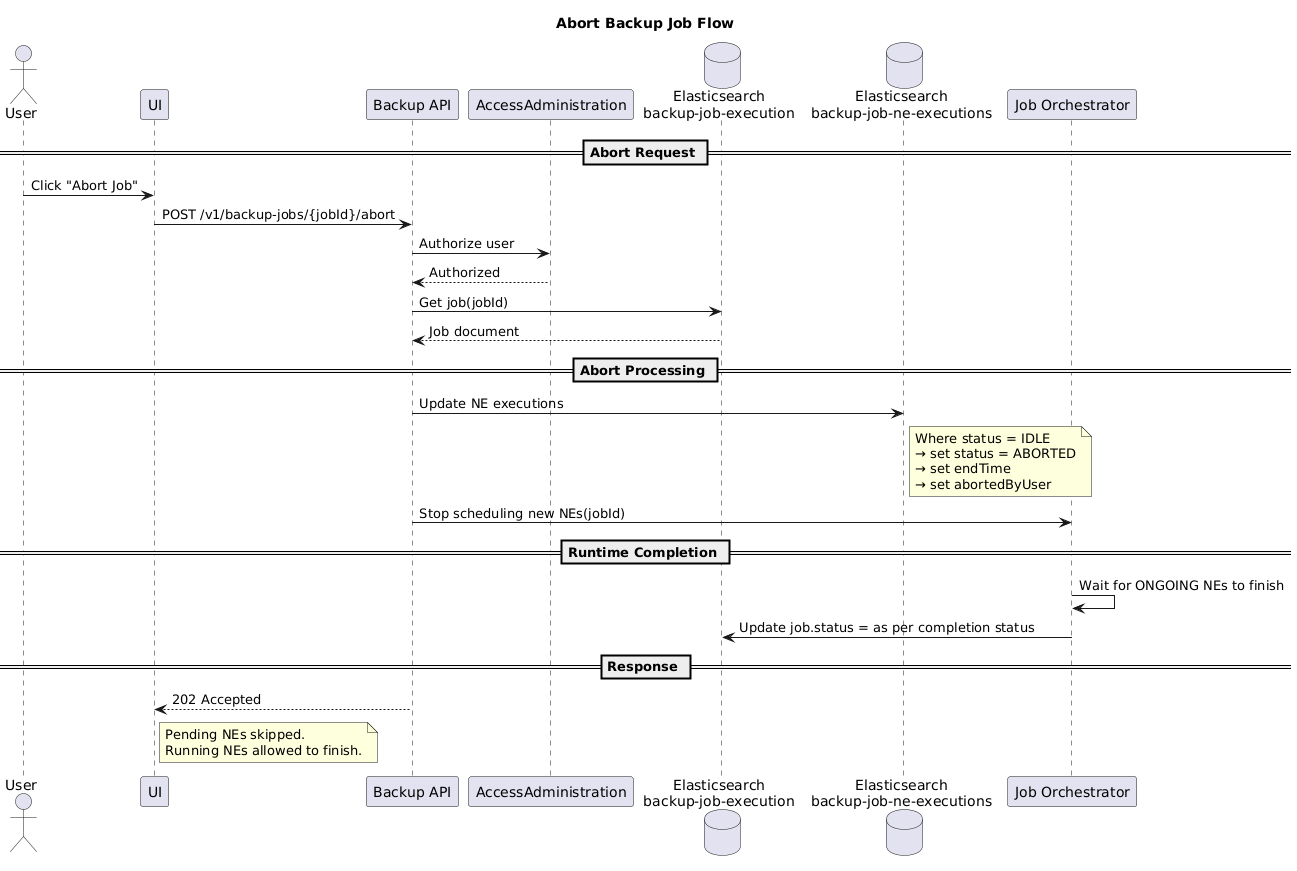
openBackhaul/_BackupAndRestore keeps this PlantUML diagram as spec/diagrams/AbortBackupJob/AbortBackupJobPNG.png. Above is the earlier version. The source it was exported from:
```plantuml
@startuml
title Abort Backup Job Flow

actor User
participant UI
participant "Backup API" as API
participant "AccessAdministration" as Auth
database "Elasticsearch\nbackup-job-execution" as JobES
database "Elasticsearch\nbackup-job-ne-executions" as NEES
participant "Job Orchestrator" as Orchestrator

== Abort Request ==

User -> UI : Click "Abort Job"
UI -> API : POST /v1/backup-jobs/{jobId}/abort

API -> Auth : Authorize user
Auth --> API : Authorized

API -> JobES : Get job(jobId)
JobES --> API : Job document

== Abort Processing ==


API -> NEES : Update NE executions
note right of NEES
Where status = IDLE
→ set status = ABORTED
→ set endTime
→ set abortedByUser
end note

API -> Orchestrator : Stop scheduling new NEs(jobId)

== Runtime Completion ==

Orchestrator -> Orchestrator : Wait for ONGOING NEs to finish
Orchestrator -> JobES : Update job.status = as per completion status

== Response ==

API --> UI : 202 Accepted
note right of UI
Pending NEs skipped.
Running NEs allowed to finish.
end note
@enduml
```
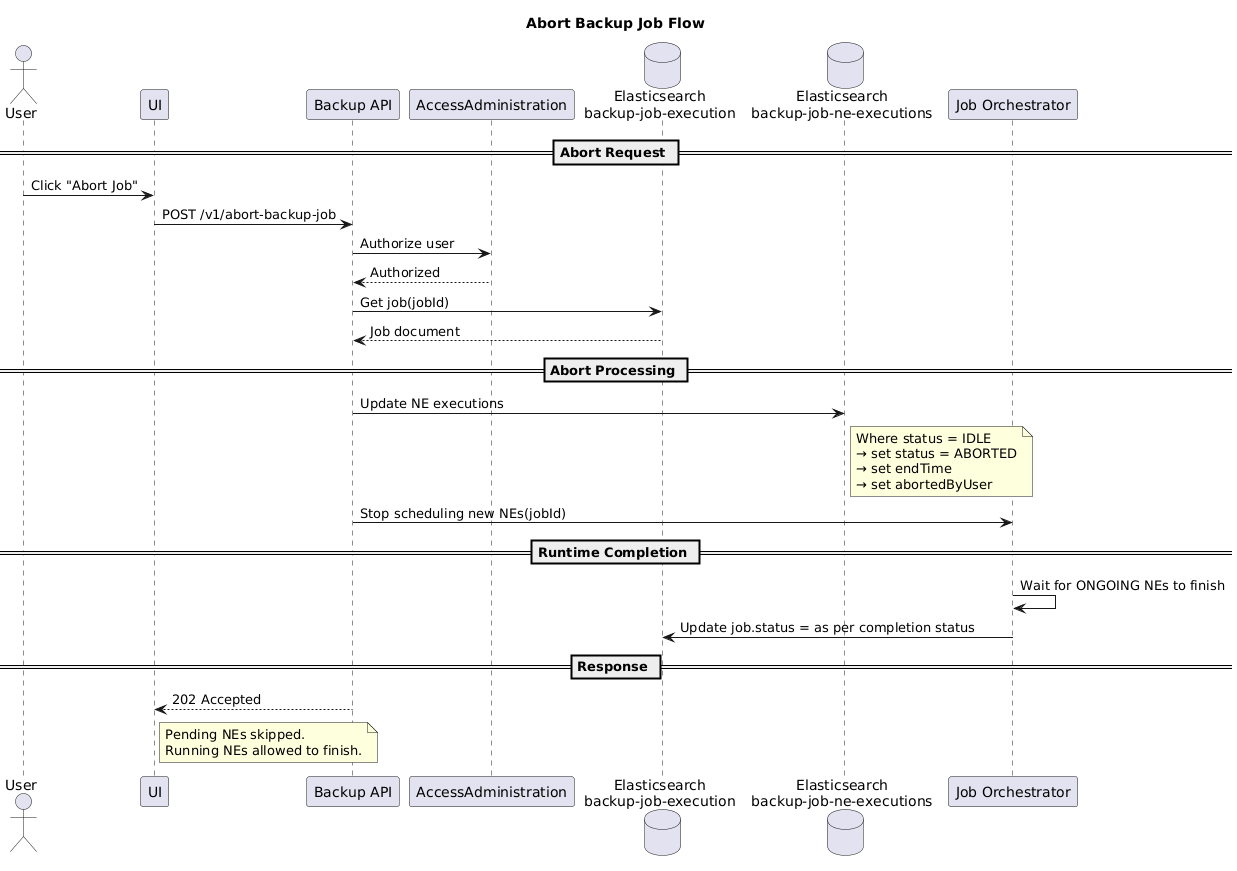
After the change.

What changed in the source:
```diff
@@ -12,7 +12,7 @@
 == Abort Request ==
 
 User -> UI : Click "Abort Job"
-UI -> API : POST /v1/backup-jobs/{jobId}/abort
+UI -> API : POST /v1/abort-backup-job
 
 API -> Auth : Authorize user
 Auth --> API : Authorized
```
